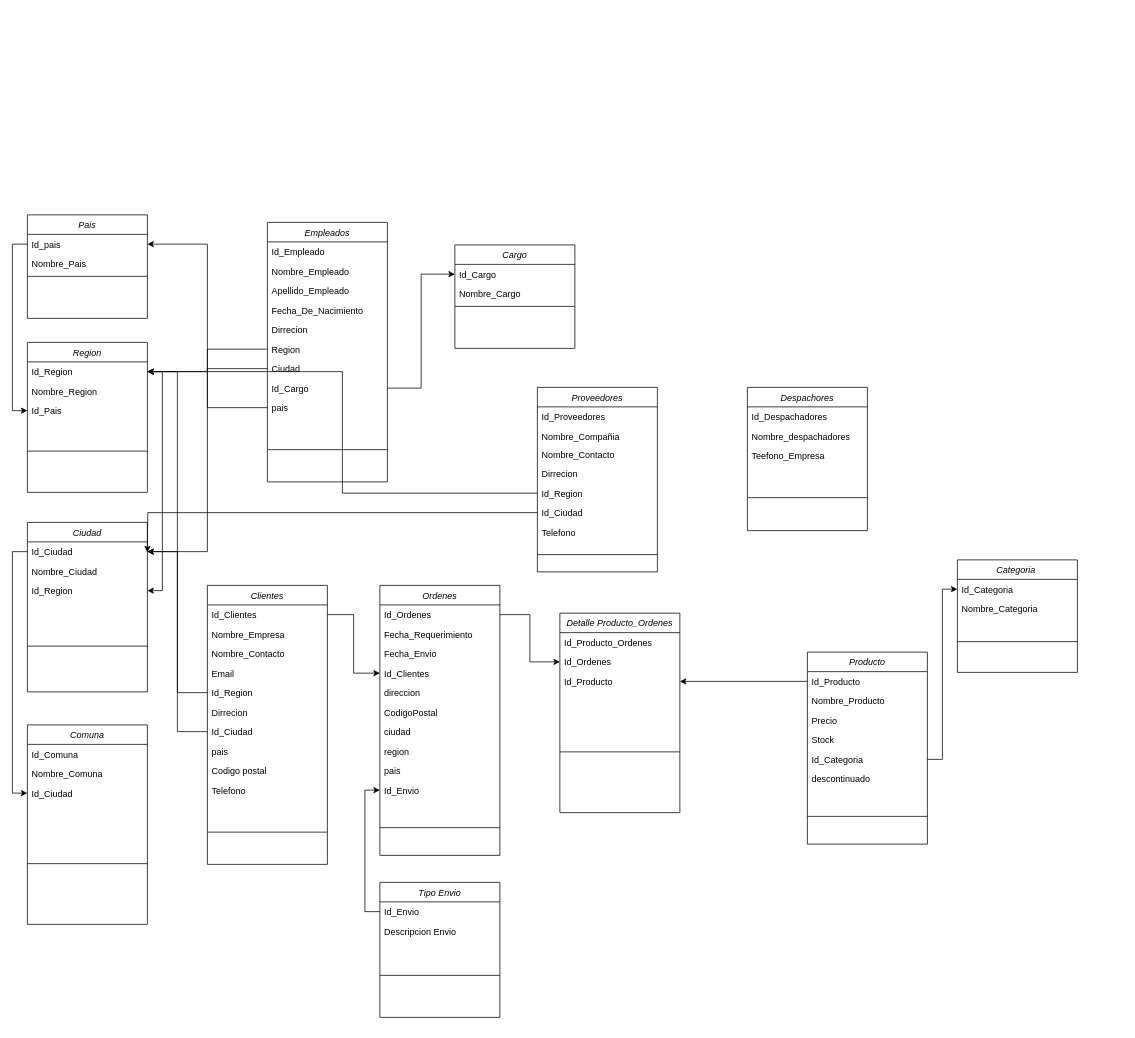
Anibalvelozo/Test keeps this draw.io diagram as Untitled Diagram.drawio. Above is the earlier version. Source tidied: cells renumbered, new cells numbered last; positions are measured from the earlier drawing's top-left corner, leaving out a move shared by most shapes. Both pictures are drawn from the tidied source at 75%, with x=0, y=0 at pixel (27, 214).
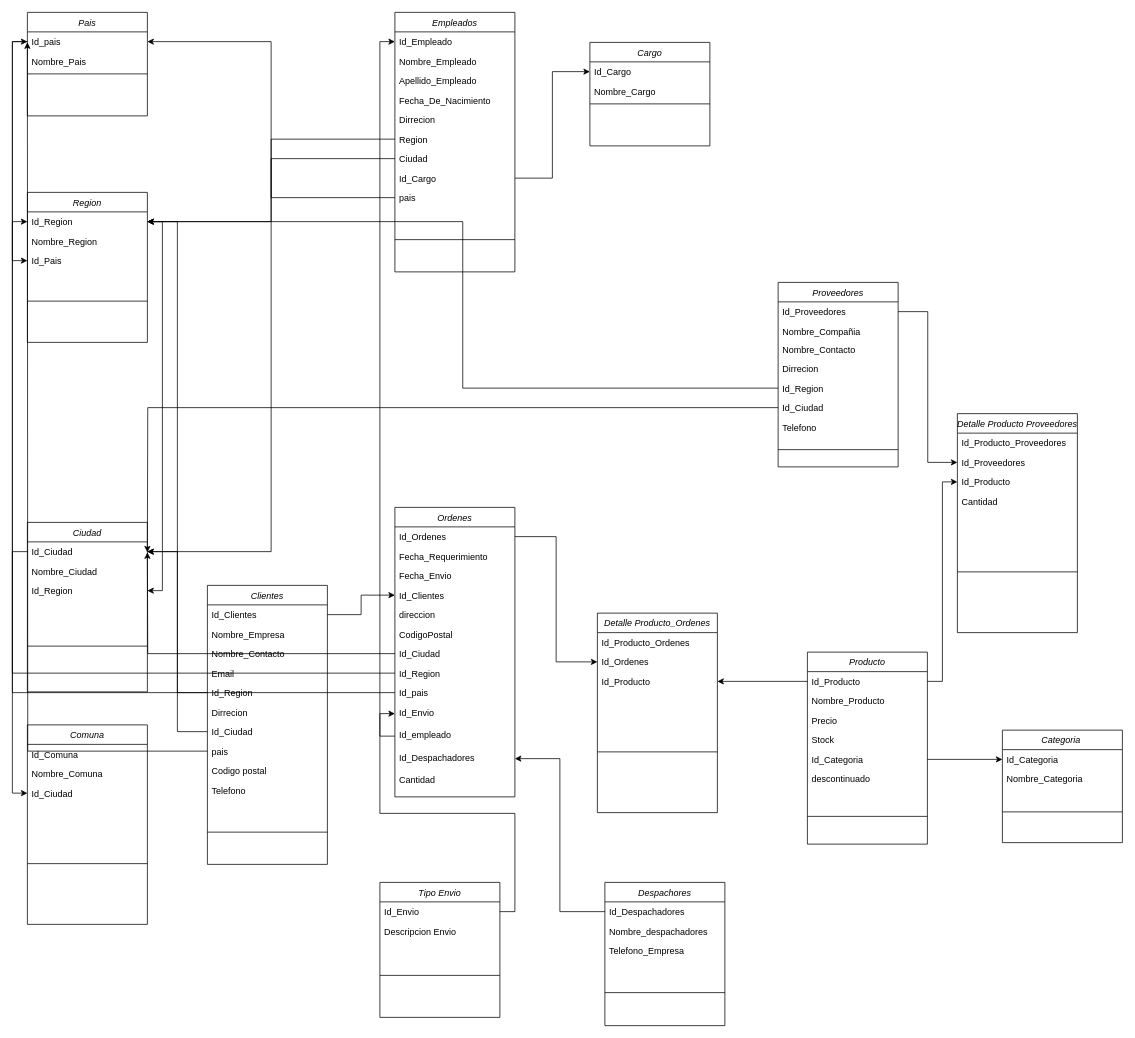
The same page after the edit.

The change refers to these unchanged cells:
```xml
<mxCell id="3" value="Id_pais" style="text;align=left;verticalAlign=top;spacingLeft=4;spacingRight=4;overflow=hidden;points=[[0,0.5],[1,0.5]];portConstraint=eastwest;" parent="2" vertex="1">
  <mxGeometry y="26" width="160" height="26" as="geometry" />
</mxCell>
<mxCell id="17" value="Id_Region" style="text;align=left;verticalAlign=top;spacingLeft=4;spacingRight=4;overflow=hidden;points=[[0,0.5],[1,0.5]];portConstraint=eastwest;" parent="16" vertex="1">
  <mxGeometry y="26" width="160" height="26" as="geometry" />
</mxCell>
<mxCell id="25" value="Id_Empleado" style="text;align=left;verticalAlign=top;spacingLeft=4;spacingRight=4;overflow=hidden;points=[[0,0.5],[1,0.5]];portConstraint=eastwest;" parent="24" vertex="1">
  <mxGeometry y="26" width="160" height="26" as="geometry" />
</mxCell>
<mxCell id="51" value="pais" style="text;align=left;verticalAlign=top;spacingLeft=4;spacingRight=4;overflow=hidden;points=[[0,0.5],[1,0.5]];portConstraint=eastwest;rounded=0;shadow=0;html=0;" parent="43" vertex="1">
  <mxGeometry y="208" width="160" height="26" as="geometry" />
</mxCell>
<mxCell id="56" value="Id_Despachadores" style="text;align=left;verticalAlign=top;spacingLeft=4;spacingRight=4;overflow=hidden;points=[[0,0.5],[1,0.5]];portConstraint=eastwest;" parent="55" vertex="1">
  <mxGeometry y="26" width="160" height="26" as="geometry" />
</mxCell>
<mxCell id="65" value="Id_Proveedores" style="text;align=left;verticalAlign=top;spacingLeft=4;spacingRight=4;overflow=hidden;points=[[0,0.5],[1,0.5]];portConstraint=eastwest;" parent="64" vertex="1">
  <mxGeometry y="26" width="160" height="26" as="geometry" />
</mxCell>
<mxCell id="74" value="Id_Producto" style="text;align=left;verticalAlign=top;spacingLeft=4;spacingRight=4;overflow=hidden;points=[[0,0.5],[1,0.5]];portConstraint=eastwest;" parent="73" vertex="1">
  <mxGeometry y="26" width="160" height="26" as="geometry" />
</mxCell>
```

What changed in the source:
```diff
@@
     <mxCell id="2" value="Pais" style="swimlane;fontStyle=2;align=center;verticalAlign=top;horizontal=1;startSize=26;rounded=0;shadow=0;strokeWidth=1;" parent="1" vertex="1">
-      <mxGeometry width="160" height="138" as="geometry" />
+      <mxGeometry y="-270" width="160" height="138" as="geometry" />
     </mxCell>
@@
     <mxCell id="16" value="Region" style="swimlane;fontStyle=2;align=center;verticalAlign=top;horizontal=1;startSize=26;rounded=0;shadow=0;strokeWidth=1;" parent="1" vertex="1">
-      <mxGeometry y="170" width="160" height="200" as="geometry" />
+      <mxGeometry y="-30" width="160" height="200" as="geometry" />
     </mxCell>
@@
     <mxCell id="24" value="Empleados" style="swimlane;fontStyle=2;align=center;verticalAlign=top;horizontal=1;startSize=26;rounded=0;shadow=0;strokeWidth=1;" parent="1" vertex="1">
-      <mxGeometry x="320" y="10" width="160" height="346" as="geometry" />
+      <mxGeometry x="490" y="-270" width="160" height="346" as="geometry" />
     </mxCell>
@@
     <mxCell id="38" value="Cargo" style="swimlane;fontStyle=2;align=center;verticalAlign=top;horizontal=1;startSize=26;rounded=0;shadow=0;strokeWidth=1;" parent="1" vertex="1">
-      <mxGeometry x="570" y="40" width="160" height="138" as="geometry" />
+      <mxGeometry x="750" y="-230" width="160" height="138" as="geometry" />
     </mxCell>
@@
     <mxCell id="55" value="Despachores" style="swimlane;fontStyle=2;align=center;verticalAlign=top;horizontal=1;startSize=26;rounded=0;shadow=0;strokeWidth=1;" parent="1" vertex="1">
-      <mxGeometry x="960" y="230" width="160" height="191" as="geometry" />
+      <mxGeometry x="770" y="890" width="160" height="191" as="geometry" />
     </mxCell>
@@
-    <mxCell id="58" value="Teefono_Empresa" style="text;align=left;verticalAlign=top;spacingLeft=4;spacingRight=4;overflow=hidden;rounded=0;shadow=0;html=0;" parent="55" vertex="1">
+    <mxCell id="58" value="Telefono_Empresa" style="text;align=left;verticalAlign=top;spacingLeft=4;spacingRight=4;overflow=hidden;rounded=0;shadow=0;html=0;" parent="55" vertex="1">
       <mxGeometry y="78" width="160" height="26" as="geometry" />
     </mxCell>
@@
     <mxCell id="60" value="Categoria " style="swimlane;fontStyle=2;align=center;verticalAlign=top;horizontal=1;startSize=26;rounded=0;shadow=0;strokeWidth=1;" parent="1" vertex="1">
-      <mxGeometry x="1240" y="460" width="160" height="150" as="geometry" />
+      <mxGeometry x="1300" y="687" width="160" height="150" as="geometry" />
     </mxCell>
@@
     <mxCell id="64" value="Proveedores" style="swimlane;fontStyle=2;align=center;verticalAlign=top;horizontal=1;startSize=26;rounded=0;shadow=0;strokeWidth=1;" parent="1" vertex="1">
-      <mxGeometry x="680" y="230" width="160" height="246" as="geometry" />
+      <mxGeometry x="1001" y="90" width="160" height="246" as="geometry" />
     </mxCell>
@@
     <mxCell id="81" value="Ordenes" style="swimlane;fontStyle=2;align=center;verticalAlign=top;horizontal=1;startSize=26;rounded=0;shadow=0;strokeWidth=1;" parent="1" vertex="1">
-      <mxGeometry x="470" y="494" width="160" height="360" as="geometry" />
+      <mxGeometry x="490" y="390" width="160" height="386" as="geometry" />
     </mxCell>
@@
-    <mxCell id="88" value="ciudad" style="text;align=left;verticalAlign=top;spacingLeft=4;spacingRight=4;overflow=hidden;points=[[0,0.5],[1,0.5]];portConstraint=eastwest;rounded=0;shadow=0;html=0;" parent="81" vertex="1">
+    <mxCell id="88" value="Id_Ciudad" style="text;align=left;verticalAlign=top;spacingLeft=4;spacingRight=4;overflow=hidden;points=[[0,0.5],[1,0.5]];portConstraint=eastwest;rounded=0;shadow=0;html=0;" parent="81" vertex="1">
       <mxGeometry y="182" width="160" height="26" as="geometry" />
     </mxCell>
-    <mxCell id="89" value="region" style="text;align=left;verticalAlign=top;spacingLeft=4;spacingRight=4;overflow=hidden;points=[[0,0.5],[1,0.5]];portConstraint=eastwest;rounded=0;shadow=0;html=0;" parent="81" vertex="1">
+    <mxCell id="89" value="Id_Region" style="text;align=left;verticalAlign=top;spacingLeft=4;spacingRight=4;overflow=hidden;points=[[0,0.5],[1,0.5]];portConstraint=eastwest;rounded=0;shadow=0;html=0;" parent="81" vertex="1">
       <mxGeometry y="208" width="160" height="26" as="geometry" />
     </mxCell>
-    <mxCell id="90" value="pais" style="text;align=left;verticalAlign=top;spacingLeft=4;spacingRight=4;overflow=hidden;points=[[0,0.5],[1,0.5]];portConstraint=eastwest;rounded=0;shadow=0;html=0;" parent="81" vertex="1">
+    <mxCell id="90" value="Id_pais" style="text;align=left;verticalAlign=top;spacingLeft=4;spacingRight=4;overflow=hidden;points=[[0,0.5],[1,0.5]];portConstraint=eastwest;rounded=0;shadow=0;html=0;" parent="81" vertex="1">
       <mxGeometry y="234" width="160" height="26" as="geometry" />
     </mxCell>
     <mxCell id="91" value="Id_Envio" style="text;align=left;verticalAlign=top;spacingLeft=4;spacingRight=4;overflow=hidden;points=[[0,0.5],[1,0.5]];portConstraint=eastwest;rounded=0;shadow=0;html=0;" parent="81" vertex="1">
-      <mxGeometry y="260" width="160" height="26" as="geometry" />
+      <mxGeometry y="260" width="160" height="30" as="geometry" />
     </mxCell>
-    <mxCell id="92" style="line;html=1;strokeWidth=1;align=left;verticalAlign=middle;spacingTop=-1;spacingLeft=3;spacingRight=3;labelPosition=right;" parent="81" vertex="1">
-      <mxGeometry y="286" width="160" height="74" as="geometry" />
-    </mxCell>
+    <mxCell id="111" value="Id_empleado" style="text;align=left;verticalAlign=top;spacingLeft=4;spacingRight=4;overflow=hidden;points=[[0,0.5],[1,0.5]];portConstraint=eastwest;rounded=0;shadow=0;html=0;" parent="81" vertex="1">
+      <mxGeometry y="290" width="160" height="30" as="geometry" />
+    </mxCell>
+    <mxCell id="112" value="Id_Despachadores" style="text;align=left;verticalAlign=top;spacingLeft=4;spacingRight=4;overflow=hidden;points=[[0,0.5],[1,0.5]];portConstraint=eastwest;rounded=0;shadow=0;html=0;" parent="81" vertex="1">
+      <mxGeometry y="320" width="160" height="30" as="geometry" />
+    </mxCell>
@@
     <mxCell id="97" value="Detalle Producto_Ordenes" style="swimlane;fontStyle=2;align=center;verticalAlign=top;horizontal=1;startSize=26;rounded=0;shadow=0;strokeWidth=1;" parent="1" vertex="1">
-      <mxGeometry x="710" y="531" width="160" height="266" as="geometry" />
+      <mxGeometry x="760" y="531" width="160" height="266" as="geometry" />
     </mxCell>
@@
+    <mxCell id="113" style="edgeStyle=orthogonalEdgeStyle;rounded=0;jettySize=auto;html=1;entryX=0;entryY=0.5;entryDx=0;entryDy=0;" parent="1" edge="1" source="111" target="25">
+      <mxGeometry relative="1" as="geometry" />
+    </mxCell>
+    <mxCell id="114" style="edgeStyle=orthogonalEdgeStyle;rounded=0;jettySize=auto;html=1;entryX=1;entryY=0.5;entryDx=0;entryDy=0;" parent="1" edge="1" source="56" target="112">
+      <mxGeometry relative="1" as="geometry" />
+    </mxCell>
+    <mxCell id="115" value="Detalle Producto Proveedores" style="swimlane;fontStyle=2;align=center;verticalAlign=top;horizontal=1;startSize=26;rounded=0;shadow=0;strokeWidth=1;" parent="1" vertex="1">
+      <mxGeometry x="1240" y="265" width="160" height="292" as="geometry" />
+    </mxCell>
+    <mxCell id="116" value="Id_Producto_Proveedores" style="text;align=left;verticalAlign=top;spacingLeft=4;spacingRight=4;overflow=hidden;" parent="115" vertex="1">
+      <mxGeometry y="26" width="160" height="26" as="geometry" />
+    </mxCell>
+    <mxCell id="117" value="Id_Proveedores" style="text;align=left;verticalAlign=top;spacingLeft=4;spacingRight=4;overflow=hidden;points=[[0,0.5],[1,0.5]];portConstraint=eastwest;rounded=0;shadow=0;html=0;" parent="115" vertex="1">
+      <mxGeometry y="52" width="160" height="26" as="geometry" />
+    </mxCell>
+    <mxCell id="118" value="Id_Producto" style="text;align=left;verticalAlign=top;spacingLeft=4;spacingRight=4;overflow=hidden;points=[[0,0.5],[1,0.5]];portConstraint=eastwest;rounded=0;shadow=0;html=0;" parent="115" vertex="1">
+      <mxGeometry y="78" width="160" height="26" as="geometry" />
+    </mxCell>
+    <mxCell id="119" value="Cantidad" style="text;align=left;verticalAlign=top;spacingLeft=4;spacingRight=4;overflow=hidden;rounded=0;shadow=0;html=0;" parent="115" vertex="1">
+      <mxGeometry y="104" width="160" height="26" as="geometry" />
+    </mxCell>
+    <mxCell id="120" style="line;html=1;strokeWidth=1;align=left;verticalAlign=middle;spacingTop=-1;spacingLeft=3;spacingRight=3;labelPosition=right;" parent="115" vertex="1">
+      <mxGeometry y="130" width="160" height="162" as="geometry" />
+    </mxCell>
+    <mxCell id="121" style="edgeStyle=orthogonalEdgeStyle;rounded=0;jettySize=auto;html=1;exitX=1;exitY=0.5;exitDx=0;exitDy=0;entryX=0;entryY=0.5;entryDx=0;entryDy=0;" parent="1" edge="1" source="65" target="117">
+      <mxGeometry relative="1" as="geometry" />
+    </mxCell>
+    <mxCell id="122" style="edgeStyle=orthogonalEdgeStyle;rounded=0;jettySize=auto;html=1;" parent="1" edge="1" source="74" target="118">
+      <mxGeometry relative="1" as="geometry" />
+    </mxCell>
+    <mxCell id="123" value="Cantidad" style="text;align=left;verticalAlign=top;spacingLeft=4;spacingRight=4;overflow=hidden;rounded=0;shadow=0;html=0;" parent="1" vertex="1">
+      <mxGeometry x="490" y="740" width="160" height="30" as="geometry" />
+    </mxCell>
+    <mxCell id="124" style="edgeStyle=orthogonalEdgeStyle;rounded=0;jettySize=auto;html=1;entryX=0;entryY=0.5;entryDx=0;entryDy=0;" parent="1" edge="1" source="90" target="3">
+      <mxGeometry relative="1" as="geometry" />
+    </mxCell>
+    <mxCell id="125" style="edgeStyle=orthogonalEdgeStyle;rounded=0;jettySize=auto;html=1;entryX=0;entryY=0.5;entryDx=0;entryDy=0;" parent="1" edge="1" source="89" target="17">
+      <mxGeometry relative="1" as="geometry" />
+    </mxCell>
+    <mxCell id="126" style="edgeStyle=orthogonalEdgeStyle;rounded=0;jettySize=auto;html=1;" parent="1" edge="1" source="88">
+      <mxGeometry relative="1" as="geometry">
+        <mxPoint x="160" y="450" as="targetPoint" />
+      </mxGeometry>
+    </mxCell>
+    <mxCell id="127" style="edgeStyle=orthogonalEdgeStyle;rounded=0;jettySize=auto;html=1;" parent="1" edge="1" source="51">
+      <mxGeometry relative="1" as="geometry">
+        <mxPoint y="-230" as="targetPoint" />
+      </mxGeometry>
+    </mxCell>
```
